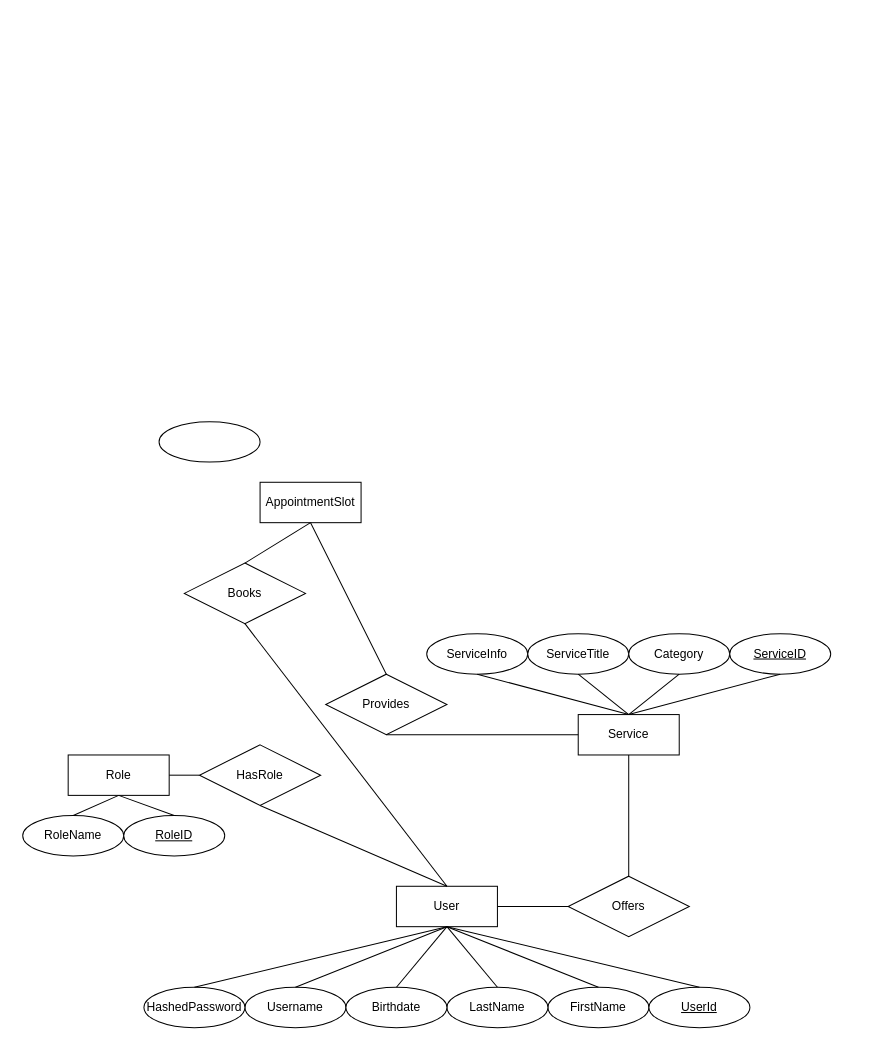
Before: projectManagement/diagrams/ERsingleUserSchema.drawio in jff97/cs341GroupProject, a draw.io diagram. Source tidied: cells renumbered, new cells numbered last; positions are measured from the earlier drawing's top-left corner, leaving out a move shared by most shapes. Both pictures are drawn from the tidied source at 101%, with x=0, y=0 at pixel (22, 421).
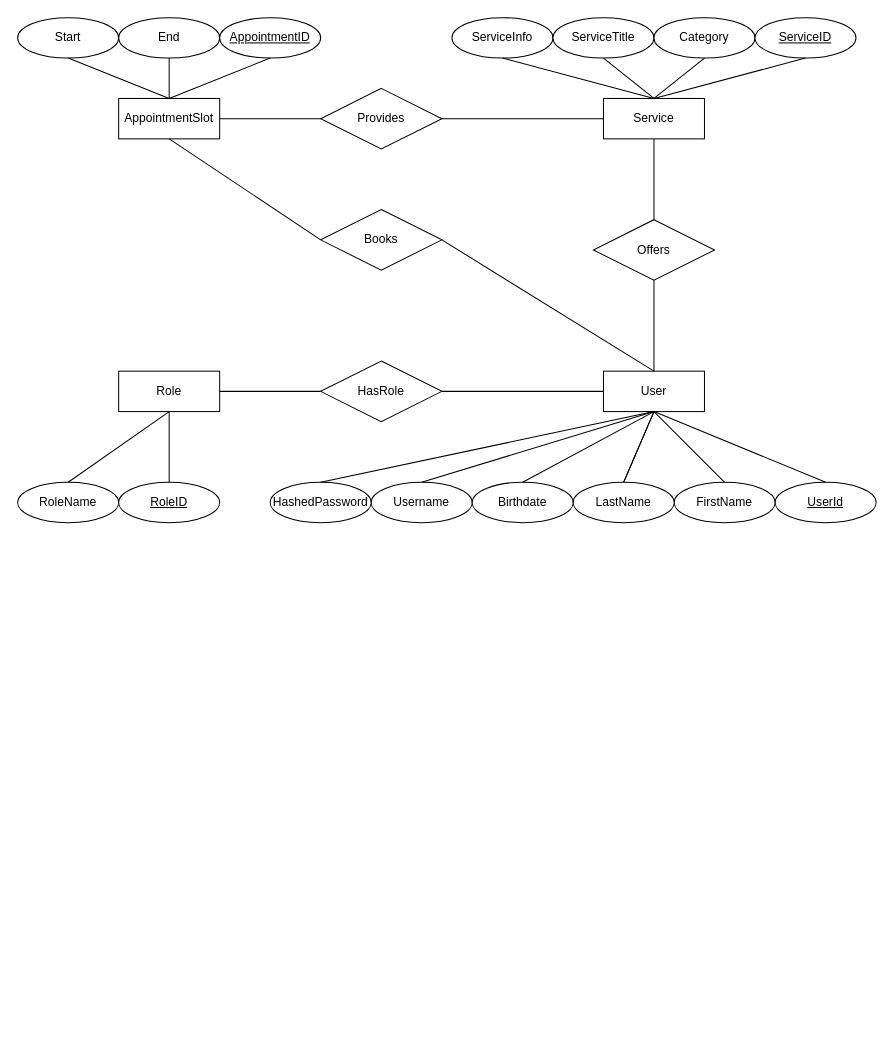
The same page after the edit.

What changed in the source:
```diff
@@
     <mxCell id="2" value="User" style="whiteSpace=wrap;html=1;align=center;" parent="1" vertex="1">
-      <mxGeometry x="370" y="460" width="100" height="40" as="geometry" />
+      <mxGeometry x="575" y="-50" width="100" height="40" as="geometry" />
     </mxCell>
     <mxCell id="3" value="Username" style="ellipse;whiteSpace=wrap;html=1;align=center;" parent="1" vertex="1">
-      <mxGeometry x="220" y="560" width="100" height="40" as="geometry" />
+      <mxGeometry x="345" y="60" width="100" height="40" as="geometry" />
     </mxCell>
     <mxCell id="4" value="FirstName" style="ellipse;whiteSpace=wrap;html=1;align=center;" parent="1" vertex="1">
-      <mxGeometry x="520" y="560" width="100" height="40" as="geometry" />
+      <mxGeometry x="645" y="60" width="100" height="40" as="geometry" />
     </mxCell>
-    <mxCell id="5" value="LastName" style="ellipse;whiteSpace=wrap;html=1;align=center;" parent="1" vertex="1">
-      <mxGeometry x="420" y="560" width="100" height="40" as="geometry" />
-    </mxCell>
     <mxCell id="6" value="Birthdate" style="ellipse;whiteSpace=wrap;html=1;align=center;" parent="1" vertex="1">
-      <mxGeometry x="320" y="560" width="100" height="40" as="geometry" />
+      <mxGeometry x="445" y="60" width="100" height="40" as="geometry" />
     </mxCell>
     <mxCell id="7" value="HashedPassword" style="ellipse;whiteSpace=wrap;html=1;align=center;" parent="1" vertex="1">
-      <mxGeometry x="120" y="560" width="100" height="40" as="geometry" />
+      <mxGeometry x="245" y="60" width="100" height="40" as="geometry" />
     </mxCell>
     <mxCell id="8" value="UserId" style="ellipse;whiteSpace=wrap;html=1;align=center;fontStyle=4;" parent="1" vertex="1">
-      <mxGeometry x="620" y="560" width="100" height="40" as="geometry" />
+      <mxGeometry x="745" y="60" width="100" height="40" as="geometry" />
     </mxCell>
-    <mxCell id="9" style="endArrow=none;html=1;rounded=0;entryX=0.5;entryY=1;entryDx=0;entryDy=0;exitX=0.5;exitY=0;exitDx=0;exitDy=0;" parent="1" edge="1" source="7" target="2">
+    <mxCell id="9" style="endArrow=none;html=1;rounded=0;entryX=0.5;entryY=1;entryDx=0;entryDy=0;exitX=0.5;exitY=0;exitDx=0;exitDy=0;" parent="1" edge="1" source="5" target="2">
       <mxGeometry relative="1" as="geometry" />
     </mxCell>
@@
     <mxCell id="11" value="Role" style="whiteSpace=wrap;html=1;align=center;" parent="1" vertex="1">
-      <mxGeometry x="45" y="330" width="100" height="40" as="geometry" />
+      <mxGeometry x="95" y="-50" width="100" height="40" as="geometry" />
     </mxCell>
     <mxCell id="12" value="RoleName" style="ellipse;whiteSpace=wrap;html=1;align=center;" parent="1" vertex="1">
-      <mxGeometry y="390" width="100" height="40" as="geometry" />
+      <mxGeometry x="-5" y="60" width="100" height="40" as="geometry" />
     </mxCell>
     <mxCell id="13" value="RoleID" style="ellipse;whiteSpace=wrap;html=1;align=center;fontStyle=4;" parent="1" vertex="1">
-      <mxGeometry x="100" y="390" width="100" height="40" as="geometry" />
+      <mxGeometry x="95" y="60" width="100" height="40" as="geometry" />
     </mxCell>
     <mxCell id="14" value="HasRole" style="shape=rhombus;perimeter=rhombusPerimeter;whiteSpace=wrap;html=1;align=center;" parent="1" vertex="1">
-      <mxGeometry x="175" y="320" width="120" height="60" as="geometry" />
+      <mxGeometry x="295" y="-60" width="120" height="60" as="geometry" />
     </mxCell>
-    <mxCell id="15" style="endArrow=none;html=1;rounded=0;exitX=0.5;exitY=1;exitDx=0;exitDy=0;entryX=0.5;entryY=0;entryDx=0;entryDy=0;" parent="1" edge="1" source="14" target="2">
+    <mxCell id="15" style="endArrow=none;html=1;rounded=0;exitX=1;exitY=0.5;exitDx=0;exitDy=0;entryX=0;entryY=0.5;entryDx=0;entryDy=0;" parent="1" edge="1" source="14" target="2">
       <mxGeometry relative="1" as="geometry" />
     </mxCell>
@@
     <mxCell id="17" value="Service" style="whiteSpace=wrap;html=1;align=center;" parent="1" vertex="1">
-      <mxGeometry x="550" y="290" width="100" height="40" as="geometry" />
+      <mxGeometry x="575" y="-320" width="100" height="40" as="geometry" />
     </mxCell>
     <mxCell id="18" value="ServiceInfo" style="ellipse;whiteSpace=wrap;html=1;align=center;" parent="1" vertex="1">
-      <mxGeometry x="400" y="210" width="100" height="40" as="geometry" />
+      <mxGeometry x="425" y="-400" width="100" height="40" as="geometry" />
     </mxCell>
     <mxCell id="19" value="ServiceTitle" style="ellipse;whiteSpace=wrap;html=1;align=center;" parent="1" vertex="1">
-      <mxGeometry x="500" y="210" width="100" height="40" as="geometry" />
+      <mxGeometry x="525" y="-400" width="100" height="40" as="geometry" />
     </mxCell>
     <mxCell id="20" value="Category" style="ellipse;whiteSpace=wrap;html=1;align=center;" parent="1" vertex="1">
-      <mxGeometry x="600" y="210" width="100" height="40" as="geometry" />
+      <mxGeometry x="625" y="-400" width="100" height="40" as="geometry" />
     </mxCell>
     <mxCell id="21" value="ServiceID" style="ellipse;whiteSpace=wrap;html=1;align=center;fontStyle=4;" parent="1" vertex="1">
-      <mxGeometry x="700" y="210" width="100" height="40" as="geometry" />
+      <mxGeometry x="725" y="-400" width="100" height="40" as="geometry" />
     </mxCell>
@@
     <mxCell id="30" value="Offers" style="shape=rhombus;perimeter=rhombusPerimeter;whiteSpace=wrap;html=1;align=center;" parent="1" vertex="1">
-      <mxGeometry x="540" y="450" width="120" height="60" as="geometry" />
+      <mxGeometry x="565" y="-200" width="120" height="60" as="geometry" />
     </mxCell>
-    <mxCell id="31" style="endArrow=none;html=1;rounded=0;entryX=0;entryY=0.5;entryDx=0;entryDy=0;exitX=1;exitY=0.5;exitDx=0;exitDy=0;" parent="1" edge="1" source="2" target="30">
+    <mxCell id="31" style="endArrow=none;html=1;rounded=0;entryX=0.5;entryY=1;entryDx=0;entryDy=0;exitX=0.5;exitY=0;exitDx=0;exitDy=0;" parent="1" edge="1" source="2" target="30">
       <mxGeometry relative="1" as="geometry" />
     </mxCell>
@@
     <mxCell id="35" value="AppointmentSlot" style="whiteSpace=wrap;html=1;align=center;" parent="1" vertex="1">
-      <mxGeometry x="235" y="60" width="100" height="40" as="geometry" />
+      <mxGeometry x="95" y="-320" width="100" height="40" as="geometry" />
     </mxCell>
     <mxCell id="36" value="Books" style="shape=rhombus;perimeter=rhombusPerimeter;whiteSpace=wrap;html=1;align=center;" parent="1" vertex="1">
-      <mxGeometry x="160" y="140" width="120" height="60" as="geometry" />
+      <mxGeometry x="295" y="-210" width="120" height="60" as="geometry" />
     </mxCell>
     <mxCell id="37" value="Provides" style="shape=rhombus;perimeter=rhombusPerimeter;whiteSpace=wrap;html=1;align=center;" parent="1" vertex="1">
-      <mxGeometry x="300" y="250" width="120" height="60" as="geometry" />
+      <mxGeometry x="295" y="-330" width="120" height="60" as="geometry" />
     </mxCell>
-    <mxCell id="38" style="endArrow=none;html=1;rounded=0;entryX=0.5;entryY=1;entryDx=0;entryDy=0;exitX=0.5;exitY=0;exitDx=0;exitDy=0;" parent="1" edge="1" source="37" target="35">
+    <mxCell id="38" style="endArrow=none;html=1;rounded=0;entryX=1;entryY=0.5;entryDx=0;entryDy=0;exitX=0;exitY=0.5;exitDx=0;exitDy=0;" parent="1" edge="1" source="37" target="35">
       <mxGeometry relative="1" as="geometry" />
     </mxCell>
-    <mxCell id="39" style="endArrow=none;html=1;rounded=0;exitX=0.5;exitY=0;exitDx=0;exitDy=0;entryX=0.5;entryY=1;entryDx=0;entryDy=0;" parent="1" edge="1" source="36" target="35">
+    <mxCell id="39" style="endArrow=none;html=1;rounded=0;exitX=0;exitY=0.5;exitDx=0;exitDy=0;entryX=0.5;entryY=1;entryDx=0;entryDy=0;" parent="1" edge="1" source="36" target="35">
       <mxGeometry relative="1" as="geometry" />
     </mxCell>
-    <mxCell id="40" style="endArrow=none;html=1;rounded=0;exitX=0.5;exitY=1;exitDx=0;exitDy=0;entryX=0;entryY=0.5;entryDx=0;entryDy=0;" parent="1" edge="1" source="37" target="17">
+    <mxCell id="40" style="endArrow=none;html=1;rounded=0;exitX=1;exitY=0.5;exitDx=0;exitDy=0;entryX=0;entryY=0.5;entryDx=0;entryDy=0;" parent="1" edge="1" source="37" target="17">
       <mxGeometry relative="1" as="geometry" />
     </mxCell>
-    <mxCell id="41" style="endArrow=none;html=1;rounded=0;entryX=0.5;entryY=1;entryDx=0;entryDy=0;exitX=0.5;exitY=0;exitDx=0;exitDy=0;" parent="1" edge="1" source="2" target="36">
+    <mxCell id="41" style="endArrow=none;html=1;rounded=0;entryX=1;entryY=0.5;entryDx=0;entryDy=0;exitX=0.5;exitY=0;exitDx=0;exitDy=0;" parent="1" edge="1" source="2" target="36">
       <mxGeometry relative="1" as="geometry" />
     </mxCell>
-    <mxCell id="42" value="&amp;nbsp;" style="ellipse;whiteSpace=wrap;html=1;align=center;" parent="1" vertex="1">
-      <mxGeometry x="135" width="100" height="40" as="geometry" />
+    <mxCell id="42" value="Start" style="ellipse;whiteSpace=wrap;html=1;align=center;" parent="1" vertex="1">
+      <mxGeometry x="-5" y="-400" width="100" height="40" as="geometry" />
     </mxCell>
+    <mxCell id="43" value="End" style="ellipse;whiteSpace=wrap;html=1;align=center;" parent="1" vertex="1">
+      <mxGeometry x="95" y="-400" width="100" height="40" as="geometry" />
+    </mxCell>
+    <mxCell id="44" value="AppointmentID" style="ellipse;whiteSpace=wrap;html=1;align=center;fontStyle=4;" parent="1" vertex="1">
+      <mxGeometry x="195" y="-400" width="100" height="40" as="geometry" />
+    </mxCell>
+    <mxCell id="45" style="endArrow=none;html=1;rounded=0;entryX=0.5;entryY=1;entryDx=0;entryDy=0;exitX=0.5;exitY=0;exitDx=0;exitDy=0;" parent="1" edge="1" source="35" target="44">
+      <mxGeometry relative="1" as="geometry" />
+    </mxCell>
+    <mxCell id="46" style="endArrow=none;html=1;rounded=0;entryX=0.5;entryY=1;entryDx=0;entryDy=0;exitX=0.5;exitY=0;exitDx=0;exitDy=0;" parent="1" edge="1" source="35" target="43">
+      <mxGeometry relative="1" as="geometry" />
+    </mxCell>
+    <mxCell id="47" style="endArrow=none;html=1;rounded=0;exitX=0.5;exitY=1;exitDx=0;exitDy=0;entryX=0.5;entryY=0;entryDx=0;entryDy=0;" parent="1" edge="1" source="42" target="35">
+      <mxGeometry relative="1" as="geometry" />
+    </mxCell>
+    <mxCell id="48" style="endArrow=none;html=1;rounded=0;entryX=0.5;entryY=1;entryDx=0;entryDy=0;exitX=0.5;exitY=0;exitDx=0;exitDy=0;" parent="1" edge="1" source="7" target="2">
+      <mxGeometry relative="1" as="geometry" />
+    </mxCell>
+    <mxCell id="5" value="LastName" style="ellipse;whiteSpace=wrap;html=1;align=center;" parent="1" vertex="1">
+      <mxGeometry x="545" y="60" width="100" height="40" as="geometry" />
+    </mxCell>
```
